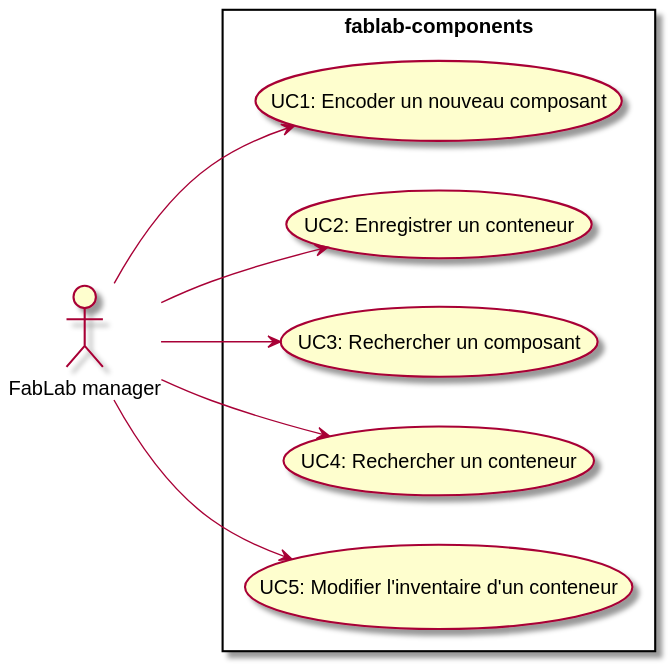
Earlier version of the PlantUML export out/docs/use_cases/usecases.svg (IEPSCF-Uccle-PROJWEB2-S1-2021/fablab-components).
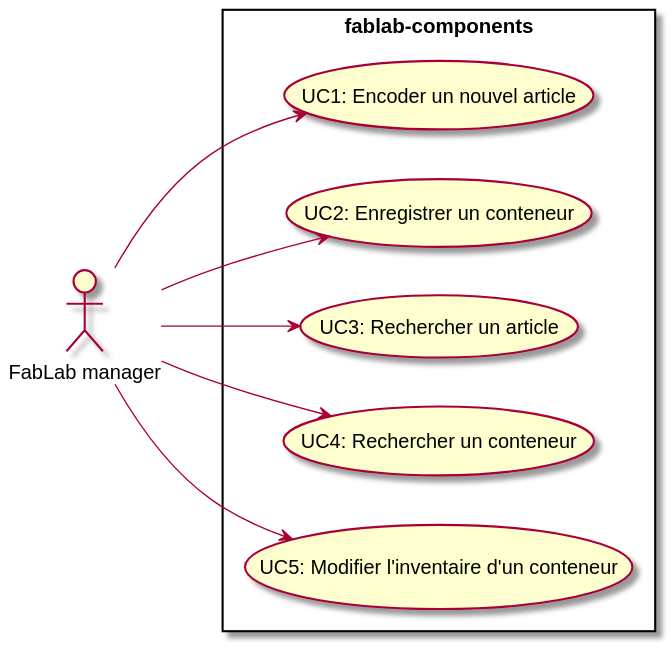
After the commit.

The edit, as a diff of the source:
```diff
@@ -4,9 +4,9 @@
 actor "FabLab manager" as manager
 
 rectangle "fablab-components" {
-  (UC1: Encoder un nouveau composant) as UC1
+  (UC1: Encoder un nouvel article) as UC1
   (UC2: Enregistrer un conteneur) as UC2
-  (UC3: Rechercher un composant) as UC3
+  (UC3: Rechercher un article) as UC3
   (UC4: Rechercher un conteneur) as UC4
   (UC5: Modifier l'inventaire d'un conteneur) as UC5
 }
```
